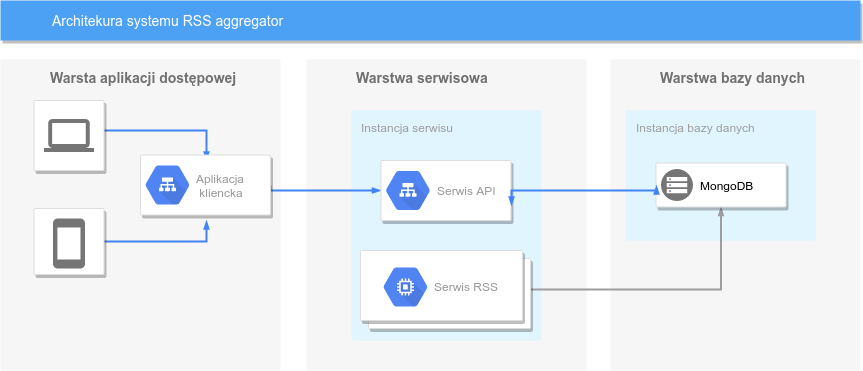
Japonics/rss-aggregator-panels keeps this draw.io diagram as src/assets/arch.png. Above is the earlier version. Source tidied: cells renumbered, new cells last; positions are measured from the earlier drawing's top-left corner, leaving out a move shared by most shapes. The source it was exported from:
```xml
<mxGraphModel background="#ffffff">
  <root>
    <mxCell id="0" />
    <mxCell id="1" parent="0" />
    <mxCell id="2" value="&lt;b&gt;Warstwa bazy danych&lt;br&gt;&lt;/b&gt;" style="fillColor=#F6F6F6;strokeColor=none;shadow=0;gradientColor=none;fontSize=14;align=left;spacing=10;fontColor=#717171;9E9E9E;verticalAlign=top;spacingTop=-4;fontStyle=0;spacingLeft=40;html=1;" parent="1" vertex="1">
      <mxGeometry x="610" y="59" width="250" height="311" as="geometry" />
    </mxCell>
    <mxCell id="3" value="&lt;b&gt;Warstwa serwisowa&lt;/b&gt;" style="fillColor=#F6F6F6;strokeColor=none;shadow=0;gradientColor=none;fontSize=14;align=left;spacing=10;fontColor=#717171;9E9E9E;verticalAlign=top;spacingTop=-4;fontStyle=0;spacingLeft=40;html=1;" parent="1" vertex="1">
      <mxGeometry x="306" y="59" width="280" height="311" as="geometry" />
    </mxCell>
    <mxCell id="4" value="&lt;b&gt;Warsta aplikacji dostępowej&lt;/b&gt;" style="fillColor=#F6F6F6;strokeColor=none;shadow=0;gradientColor=none;fontSize=14;align=left;spacing=10;fontColor=#717171;9E9E9E;verticalAlign=top;spacingTop=-4;fontStyle=0;spacingLeft=40;html=1;" parent="1" vertex="1">
      <mxGeometry y="59" width="280" height="311" as="geometry" />
    </mxCell>
    <mxCell id="5" value="Instancja serwisu" style="rounded=1;absoluteArcSize=1;arcSize=2;html=1;strokeColor=none;gradientColor=none;shadow=0;dashed=0;fontSize=12;fontColor=#9E9E9E;align=left;verticalAlign=top;spacing=10;spacingTop=-4;fillColor=#E1F5FE;" parent="1" vertex="1">
      <mxGeometry x="351" y="110" width="190" height="230" as="geometry" />
    </mxCell>
    <mxCell id="6" value="Instancja bazy danych" style="rounded=1;absoluteArcSize=1;arcSize=2;html=1;strokeColor=none;gradientColor=none;shadow=0;dashed=0;fontSize=12;fontColor=#9E9E9E;align=left;verticalAlign=top;spacing=10;spacingTop=-4;fillColor=#E1F5FE;" parent="1" vertex="1">
      <mxGeometry x="625.5" y="110" width="190" height="130" as="geometry" />
    </mxCell>
    <mxCell id="7" style="edgeStyle=orthogonalEdgeStyle;rounded=0;elbow=vertical;html=1;labelBackgroundColor=none;startFill=1;startSize=4;endArrow=blockThin;endFill=1;endSize=4;jettySize=auto;strokeColor=#4284F3;strokeWidth=2;fontSize=12;fontColor=#000000;align=center;dashed=0;" parent="1" edge="1" source="8">
      <mxGeometry relative="1" as="geometry">
        <mxPoint x="206" y="160" as="targetPoint" />
        <Array as="points">
          <mxPoint x="206" y="130" />
        </Array>
      </mxGeometry>
    </mxCell>
    <mxCell id="8" style="strokeColor=#dddddd;fillColor=#ffffff;shadow=1;strokeWidth=1;rounded=1;absoluteArcSize=1;arcSize=2;labelPosition=center;verticalLabelPosition=middle;align=center;verticalAlign=bottom;spacingLeft=0;fontColor=#999999;fontSize=12;whiteSpace=wrap;spacingBottom=2;html=1;" parent="1" vertex="1">
      <mxGeometry x="33.5" y="100" width="70" height="70" as="geometry" />
    </mxCell>
    <mxCell id="9" style="dashed=0;html=1;fillColor=#757575;strokeColor=none;shape=mxgraph.gcp2.laptop;" parent="8" vertex="1">
      <mxGeometry x="0.5" width="50" height="33" relative="1" as="geometry">
        <mxPoint x="-25" y="18.5" as="offset" />
      </mxGeometry>
    </mxCell>
    <mxCell id="10" value="Architekura systemu RSS aggregator" style="fillColor=#4DA1F5;strokeColor=none;shadow=1;gradientColor=none;fontSize=14;align=left;spacingLeft=50;fontColor=#ffffff;html=1;" parent="1" vertex="1">
      <mxGeometry width="860" height="40" as="geometry" />
    </mxCell>
    <mxCell id="11" style="edgeStyle=orthogonalEdgeStyle;rounded=0;elbow=vertical;html=1;labelBackgroundColor=none;startFill=1;startSize=4;endArrow=blockThin;endFill=1;endSize=4;jettySize=auto;strokeColor=#4284F3;strokeWidth=2;fontSize=12;fontColor=#000000;align=center;dashed=0;" parent="1" edge="1" source="12">
      <mxGeometry relative="1" as="geometry">
        <mxPoint x="206" y="220" as="targetPoint" />
        <Array as="points">
          <mxPoint x="206" y="241" />
        </Array>
      </mxGeometry>
    </mxCell>
    <mxCell id="12" style="strokeColor=#dddddd;fillColor=#ffffff;shadow=1;strokeWidth=1;rounded=1;absoluteArcSize=1;arcSize=2;labelPosition=center;verticalLabelPosition=middle;align=center;verticalAlign=bottom;spacingLeft=0;fontColor=#999999;fontSize=12;whiteSpace=wrap;spacingBottom=2;html=1;" parent="1" vertex="1">
      <mxGeometry x="33.5" y="208" width="70" height="66" as="geometry" />
    </mxCell>
    <mxCell id="13" style="dashed=0;html=1;fillColor=#757575;strokeColor=none;shape=mxgraph.gcp2.phone;" parent="12" vertex="1">
      <mxGeometry x="0.5" width="32" height="50" relative="1" as="geometry">
        <mxPoint x="-16" y="10" as="offset" />
      </mxGeometry>
    </mxCell>
    <mxCell id="14" style="edgeStyle=elbowEdgeStyle;rounded=0;elbow=vertical;html=1;labelBackgroundColor=none;startFill=1;startSize=4;endArrow=blockThin;endFill=1;endSize=4;jettySize=auto;strokeColor=#4284F3;strokeWidth=2;fontSize=12;fontColor=#000000;align=center;dashed=0;exitX=1;exitY=0.5;exitDx=0;exitDy=0;" parent="1" edge="1" source="22" target="15">
      <mxGeometry relative="1" as="geometry">
        <Array as="points">
          <mxPoint x="300" y="190" />
        </Array>
      </mxGeometry>
    </mxCell>
    <mxCell id="15" style="strokeColor=#dddddd;fillColor=#ffffff;shadow=1;strokeWidth=1;rounded=1;absoluteArcSize=1;arcSize=2;fontSize=10;fontColor=#000000;align=left;html=1;" parent="1" vertex="1">
      <mxGeometry x="380.5" y="160" width="130" height="60" as="geometry" />
    </mxCell>
    <mxCell id="16" value="Serwis API" style="dashed=0;html=1;fillColor=#5184F3;strokeColor=none;shape=mxgraph.gcp2.cloud_load_balancing;labelPosition=right;verticalLabelPosition=middle;align=left;verticalAlign=middle;spacingLeft=5;fontColor=#999999;fontSize=12;" parent="15" vertex="1">
      <mxGeometry y="0.5" width="44" height="39" relative="1" as="geometry">
        <mxPoint x="5" y="-19.5" as="offset" />
      </mxGeometry>
    </mxCell>
    <mxCell id="17" style="edgeStyle=elbowEdgeStyle;rounded=0;elbow=vertical;html=1;labelBackgroundColor=none;startFill=1;startSize=4;endArrow=blockThin;endFill=1;endSize=4;jettySize=auto;strokeColor=#9E9E9E;strokeWidth=2;fontSize=12;fontColor=#000000;align=center;dashed=0;" parent="1" edge="1" source="18" target="20">
      <mxGeometry relative="1" as="geometry">
        <Array as="points">
          <mxPoint x="600" y="289" />
        </Array>
      </mxGeometry>
    </mxCell>
    <mxCell id="18" style="shape=mxgraph.gcp2.doubleRect;strokeColor=#dddddd;fillColor=#ffffff;shadow=1;strokeWidth=1;fontSize=10;fontColor=#000000;align=left;html=1;" parent="1" vertex="1">
      <mxGeometry x="360" y="250" width="170" height="78" as="geometry" />
    </mxCell>
    <mxCell id="19" value="&lt;br&gt;Serwis RSS&lt;br&gt;" style="dashed=0;html=1;fillColor=#5184F3;strokeColor=none;shape=mxgraph.gcp2.compute_engine;labelPosition=right;verticalLabelPosition=middle;align=left;verticalAlign=top;spacingLeft=5;fontColor=#999999;fontSize=12;spacingTop=-8;" parent="18" vertex="1">
      <mxGeometry width="44" height="39" relative="1" as="geometry">
        <mxPoint x="23" y="17" as="offset" />
      </mxGeometry>
    </mxCell>
    <mxCell id="20" style="strokeColor=#dddddd;fillColor=#ffffff;shadow=1;strokeWidth=1;rounded=1;absoluteArcSize=1;arcSize=2;fontSize=10;fontColor=#000000;align=left;html=1;" parent="1" vertex="1">
      <mxGeometry x="655.5" y="162.5" width="130" height="44" as="geometry" />
    </mxCell>
    <mxCell id="21" value="MongoDB" style="dashed=0;html=1;fillColor=#757575;strokeColor=none;shape=mxgraph.gcp2.persistent_disk_snapshot;labelPosition=right;verticalLabelPosition=middle;align=left;verticalAlign=middle;spacingLeft=5;fontColor=#000000;fontSize=12;" parent="20" vertex="1">
      <mxGeometry y="0.5" width="32" height="32" relative="1" as="geometry">
        <mxPoint x="5" y="-16" as="offset" />
      </mxGeometry>
    </mxCell>
    <mxCell id="22" style="strokeColor=#dddddd;fillColor=#ffffff;shadow=1;strokeWidth=1;rounded=1;absoluteArcSize=1;arcSize=2;fontSize=10;fontColor=#000000;align=left;html=1;" parent="1" vertex="1">
      <mxGeometry x="140" y="154.5" width="130" height="60" as="geometry" />
    </mxCell>
    <mxCell id="23" value="Aplikacja&lt;br&gt;&amp;nbsp;kliencka" style="dashed=0;html=1;fillColor=#5184F3;strokeColor=none;shape=mxgraph.gcp2.cloud_load_balancing;labelPosition=right;verticalLabelPosition=middle;align=left;verticalAlign=middle;spacingLeft=5;fontColor=#999999;fontSize=12;" parent="22" vertex="1">
      <mxGeometry y="0.5" width="44" height="39" relative="1" as="geometry">
        <mxPoint x="5" y="-19.5" as="offset" />
      </mxGeometry>
    </mxCell>
    <mxCell id="24" style="edgeStyle=elbowEdgeStyle;rounded=0;elbow=vertical;html=1;labelBackgroundColor=none;startFill=1;startSize=4;endArrow=blockThin;endFill=1;endSize=4;jettySize=auto;strokeColor=#4284F3;strokeWidth=2;fontSize=12;fontColor=#000000;align=center;dashed=0;startArrow=blockThin;exitX=1;exitY=0.75;exitDx=0;exitDy=0;entryX=0;entryY=0.5;entryDx=0;entryDy=0;" parent="1" edge="1" source="15" target="20">
      <mxGeometry relative="1" as="geometry">
        <Array as="points">
          <mxPoint x="583" y="190" />
        </Array>
      </mxGeometry>
    </mxCell>
  </root>
</mxGraphModel>
```
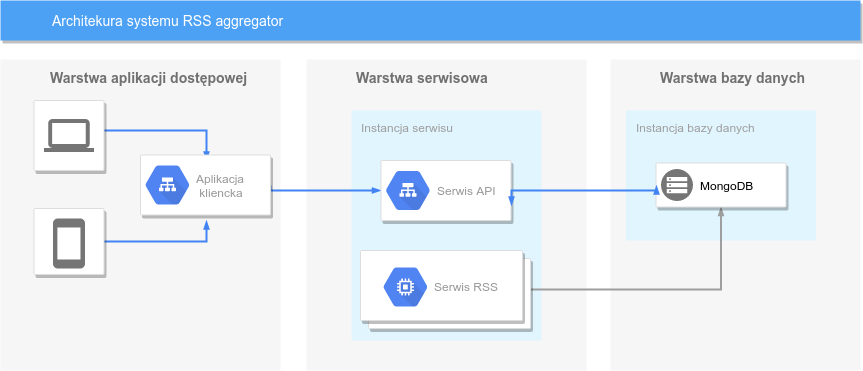
After the change.

Change to the diagram source:
```diff
@@ -8,7 +8,7 @@
     <mxCell id="3" value="&lt;b&gt;Warstwa serwisowa&lt;/b&gt;" style="fillColor=#F6F6F6;strokeColor=none;shadow=0;gradientColor=none;fontSize=14;align=left;spacing=10;fontColor=#717171;9E9E9E;verticalAlign=top;spacingTop=-4;fontStyle=0;spacingLeft=40;html=1;" parent="1" vertex="1">
       <mxGeometry x="306" y="59" width="280" height="311" as="geometry" />
     </mxCell>
-    <mxCell id="4" value="&lt;b&gt;Warsta aplikacji dostępowej&lt;/b&gt;" style="fillColor=#F6F6F6;strokeColor=none;shadow=0;gradientColor=none;fontSize=14;align=left;spacing=10;fontColor=#717171;9E9E9E;verticalAlign=top;spacingTop=-4;fontStyle=0;spacingLeft=40;html=1;" parent="1" vertex="1">
+    <mxCell id="4" value="&lt;b&gt;Warstwa aplikacji dostępowej&lt;/b&gt;" style="fillColor=#F6F6F6;strokeColor=none;shadow=0;gradientColor=none;fontSize=14;align=left;spacing=10;fontColor=#717171;9E9E9E;verticalAlign=top;spacingTop=-4;fontStyle=0;spacingLeft=40;html=1;" parent="1" vertex="1">
       <mxGeometry y="59" width="280" height="311" as="geometry" />
     </mxCell>
     <mxCell id="5" value="Instancja serwisu" style="rounded=1;absoluteArcSize=1;arcSize=2;html=1;strokeColor=none;gradientColor=none;shadow=0;dashed=0;fontSize=12;fontColor=#9E9E9E;align=left;verticalAlign=top;spacing=10;spacingTop=-4;fillColor=#E1F5FE;" parent="1" vertex="1">
```
